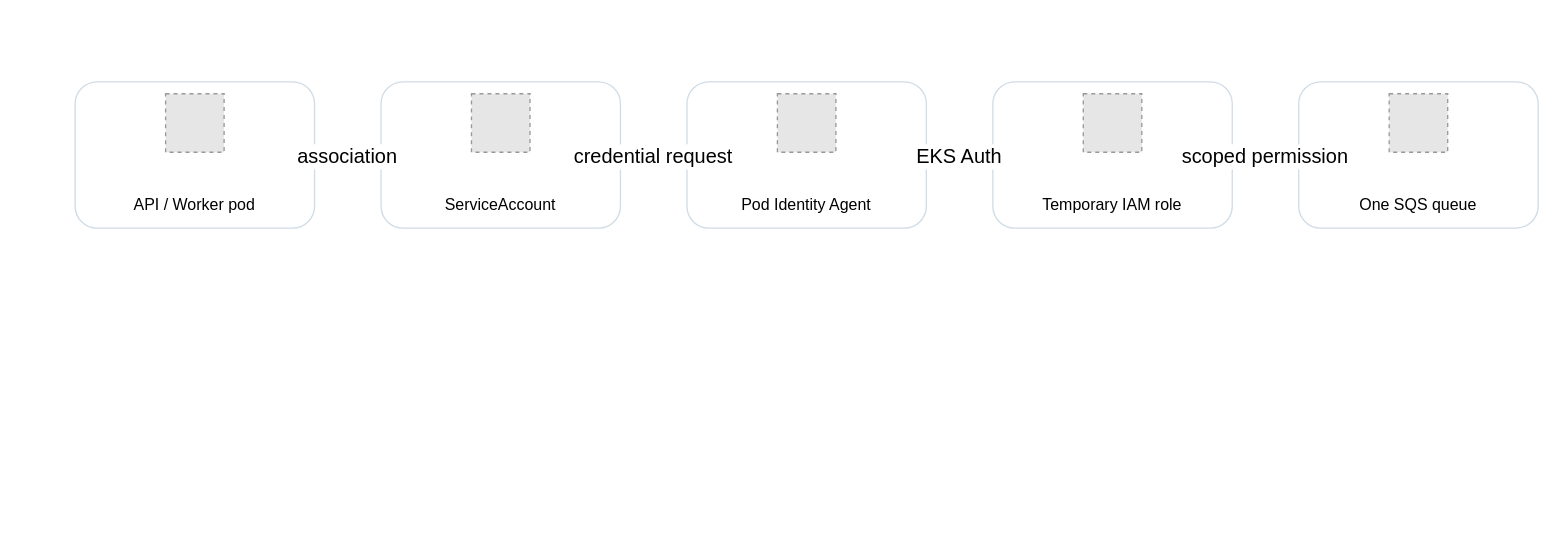
toannd021104/AWS-Security-Workshop-EKS-defense-in-dept keeps this draw.io diagram as workshop/static/images/workload-identity.drawio. Above is the earlier version. Source tidied: cells renumbered, new cells numbered last; positions are measured from the earlier drawing's top-left corner, leaving out a move shared by most shapes. Both pictures are drawn from the tidied source at 133%, with x=0, y=0 at pixel (74, 81). Pictures stored in the file or linked from it are replaced by grey dashed boxes.
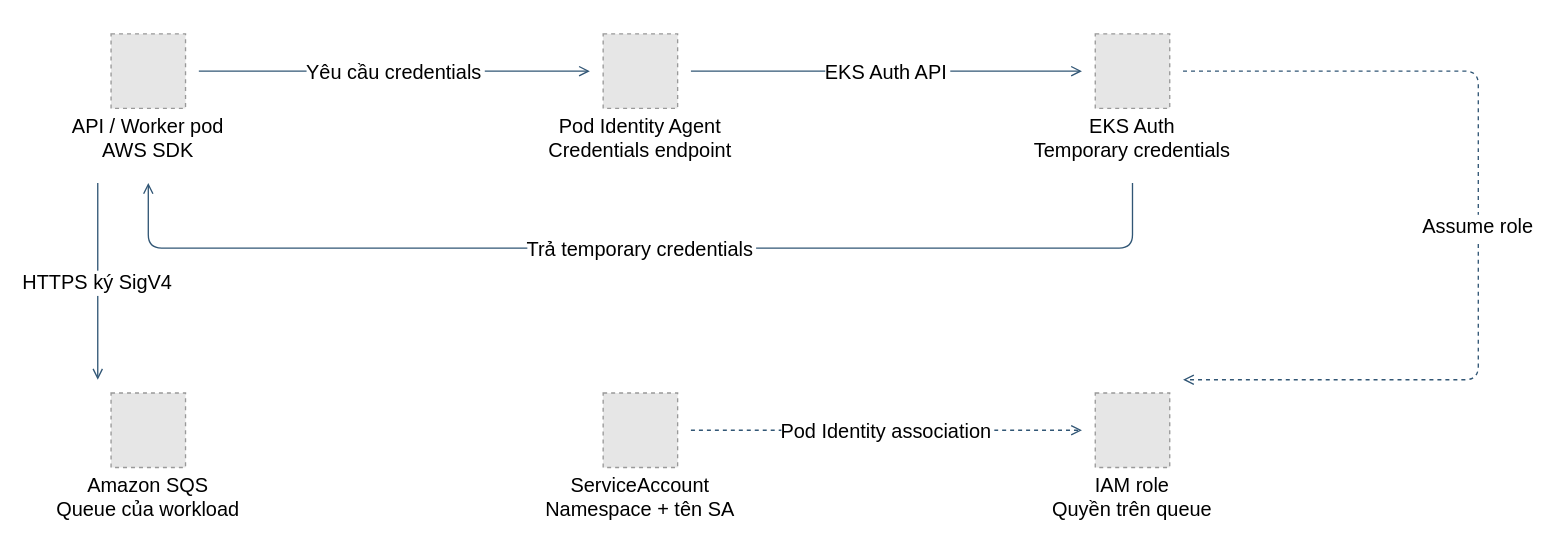
After the change.

The edit, as a diff of the source:
```diff
@@
-<mxGraphModel background="#ffffff">
+<mxGraphModel>
@@
-    <mxCell id="2" value="API / Worker pod" style="rounded=1;fillColor=#ffffff;strokeColor=#d0dce6;verticalAlign=bottom;spacingBottom=8;" parent="1" vertex="1">
-      <mxGeometry width="180" height="110" as="geometry" />
+    <mxCell id="2" value="API / Worker pod&#10;AWS SDK" style="fillColor=none;strokeColor=none;fontSize=15;verticalAlign=bottom;spacingBottom=8;" parent="1" vertex="1">
+      <mxGeometry x="-25" y="-45" width="160" height="115" as="geometry" />
     </mxCell>
+    <mxCell id="4" value="Pod Identity Agent&#10;Credentials endpoint" style="fillColor=none;strokeColor=none;fontSize=15;verticalAlign=bottom;spacingBottom=8;" parent="1" vertex="1">
+      <mxGeometry x="345" y="-45" width="160" height="115" as="geometry" />
+    </mxCell>
+    <mxCell id="16" value="EKS Auth&#10;Temporary credentials" style="fillColor=none;strokeColor=none;fontSize=15;verticalAlign=bottom;spacingBottom=8;" parent="1" vertex="1">
+      <mxGeometry x="715" y="-45" width="160" height="115" as="geometry" />
+    </mxCell>
+    <mxCell id="6" value="Amazon SQS&#10;Queue của workload" style="fillColor=none;strokeColor=none;fontSize=15;verticalAlign=bottom;spacingBottom=8;" parent="1" vertex="1">
+      <mxGeometry x="-25" y="225" width="160" height="115" as="geometry" />
+    </mxCell>
-    <mxCell id="3" value="ServiceAccount" style="rounded=1;fillColor=#ffffff;strokeColor=#d0dce6;verticalAlign=bottom;spacingBottom=8;" parent="1" vertex="1">
-      <mxGeometry x="230" width="180" height="110" as="geometry" />
+    <mxCell id="3" value="ServiceAccount&#10;Namespace + tên SA" style="fillColor=none;strokeColor=none;fontSize=15;verticalAlign=bottom;spacingBottom=8;" parent="1" vertex="1">
+      <mxGeometry x="345" y="225" width="160" height="115" as="geometry" />
     </mxCell>
-    <mxCell id="4" value="Pod Identity Agent" style="rounded=1;fillColor=#ffffff;strokeColor=#d0dce6;verticalAlign=bottom;spacingBottom=8;" parent="1" vertex="1">
-      <mxGeometry x="460" width="180" height="110" as="geometry" />
-    </mxCell>
-    <mxCell id="5" value="Temporary IAM role" style="rounded=1;fillColor=#ffffff;strokeColor=#d0dce6;verticalAlign=bottom;spacingBottom=8;" parent="1" vertex="1">
-      <mxGeometry x="690" width="180" height="110" as="geometry" />
-    </mxCell>
-    <mxCell id="6" value="One SQS queue" style="rounded=1;fillColor=#ffffff;strokeColor=#d0dce6;verticalAlign=bottom;spacingBottom=8;" parent="1" vertex="1">
-      <mxGeometry x="920" width="180" height="110" as="geometry" />
-    </mxCell>
+    <mxCell id="17" value="IAM role&#10;Quyền trên queue" style="fillColor=none;strokeColor=none;fontSize=15;verticalAlign=bottom;spacingBottom=8;" parent="1" vertex="1">
+      <mxGeometry x="715" y="225" width="160" height="115" as="geometry" />
+    </mxCell>
     <mxCell id="7" style="fillColor=#E6E6E6;strokeColor=#999999;dashed=1;" parent="1" vertex="1">
-      <mxGeometry x="68" y="9" width="44" height="44" as="geometry" />
+      <mxGeometry x="27" y="-36" width="56" height="56" as="geometry" />
     </mxCell>
+    <mxCell id="9" style="fillColor=#E6E6E6;strokeColor=#999999;dashed=1;" parent="1" vertex="1">
+      <mxGeometry x="397" y="-36" width="56" height="56" as="geometry" />
+    </mxCell>
+    <mxCell id="18" style="fillColor=#E6E6E6;strokeColor=#999999;dashed=1;" parent="1" vertex="1">
+      <mxGeometry x="767" y="-36" width="56" height="56" as="geometry" />
+    </mxCell>
+    <mxCell id="11" style="fillColor=#E6E6E6;strokeColor=#999999;dashed=1;" parent="1" vertex="1">
+      <mxGeometry x="27" y="234" width="56" height="56" as="geometry" />
+    </mxCell>
     <mxCell id="8" style="fillColor=#E6E6E6;strokeColor=#999999;dashed=1;" parent="1" vertex="1">
-      <mxGeometry x="298" y="9" width="44" height="44" as="geometry" />
+      <mxGeometry x="397" y="234" width="56" height="56" as="geometry" />
     </mxCell>
-    <mxCell id="9" style="fillColor=#E6E6E6;strokeColor=#999999;dashed=1;" parent="1" vertex="1">
-      <mxGeometry x="528" y="9" width="44" height="44" as="geometry" />
-    </mxCell>
-    <mxCell id="10" style="fillColor=#E6E6E6;strokeColor=#999999;dashed=1;" parent="1" vertex="1">
-      <mxGeometry x="758" y="9" width="44" height="44" as="geometry" />
-    </mxCell>
-    <mxCell id="11" style="fillColor=#E6E6E6;strokeColor=#999999;dashed=1;" parent="1" vertex="1">
-      <mxGeometry x="988" y="9" width="44" height="44" as="geometry" />
-    </mxCell>
+    <mxCell id="19" style="fillColor=#E6E6E6;strokeColor=#999999;dashed=1;" parent="1" vertex="1">
+      <mxGeometry x="767" y="234" width="56" height="56" as="geometry" />
+    </mxCell>
-    <mxCell id="12" value="association" style="edgeStyle=orthogonalEdgeStyle;endArrow=open;fontSize=15;strokeColor=#315675;exitX=1.0;exitY=0.5;exitPerimeter=0;entryX=0.0;entryY=0.5;entryPerimeter=0;" parent="1" edge="1" source="2" target="3">
+    <mxCell id="12" value="Yêu cầu credentials" style="edgeStyle=orthogonalEdgeStyle;endArrow=open;fontSize=15;strokeColor=#315675;exitX=0.7375;exitY=0.3217391304347826;exitPerimeter=0;entryX=0.2625;entryY=0.3217391304347826;entryPerimeter=0;" parent="1" edge="1" source="2" target="4">
       <mxGeometry relative="1" as="geometry" />
     </mxCell>
-    <mxCell id="13" value="credential request" style="edgeStyle=orthogonalEdgeStyle;endArrow=open;fontSize=15;strokeColor=#315675;exitX=1.0;exitY=0.5;exitPerimeter=0;entryX=0.0;entryY=0.5;entryPerimeter=0;" parent="1" edge="1" source="3" target="4">
+    <mxCell id="13" value="EKS Auth API" style="edgeStyle=orthogonalEdgeStyle;endArrow=open;fontSize=15;strokeColor=#315675;exitX=0.7375;exitY=0.3217391304347826;exitPerimeter=0;entryX=0.2625;entryY=0.3217391304347826;entryPerimeter=0;" parent="1" edge="1" source="4" target="16">
       <mxGeometry relative="1" as="geometry" />
     </mxCell>
-    <mxCell id="14" value="EKS Auth" style="edgeStyle=orthogonalEdgeStyle;endArrow=open;fontSize=15;strokeColor=#315675;exitX=1.0;exitY=0.5;exitPerimeter=0;entryX=0.0;entryY=0.5;entryPerimeter=0;" parent="1" edge="1" source="4" target="5">
-      <mxGeometry relative="1" as="geometry" />
+    <mxCell id="14" value="Trả temporary credentials" style="edgeStyle=orthogonalEdgeStyle;endArrow=open;fontSize=15;strokeColor=#315675;exitX=0.5;exitY=1.0521739130434782;exitPerimeter=0;entryX=0.5;entryY=1.0521739130434782;entryPerimeter=0;" parent="1" edge="1" source="16" target="2">
+      <mxGeometry relative="1" as="geometry">
+        <Array as="points">
+          <mxPoint x="795" y="125" />
+          <mxPoint x="55" y="125" />
+        </Array>
+      </mxGeometry>
     </mxCell>
-    <mxCell id="15" value="scoped permission" style="edgeStyle=orthogonalEdgeStyle;endArrow=open;fontSize=15;strokeColor=#315675;exitX=1.0;exitY=0.5;exitPerimeter=0;entryX=0.0;entryY=0.5;entryPerimeter=0;" parent="1" edge="1" source="5" target="6">
+    <mxCell id="15" value="HTTPS ký SigV4" style="edgeStyle=orthogonalEdgeStyle;endArrow=open;fontSize=15;strokeColor=#315675;exitX=0.2625;exitY=1.0521739130434782;exitPerimeter=0;entryX=0.2625;entryY=-0.008695652173913044;entryPerimeter=0;" parent="1" edge="1" source="2" target="6">
       <mxGeometry relative="1" as="geometry" />
     </mxCell>
+    <mxCell id="20" value="Pod Identity association" style="edgeStyle=orthogonalEdgeStyle;endArrow=open;fontSize=15;strokeColor=#315675;exitX=0.7375;exitY=0.3217391304347826;exitPerimeter=0;entryX=0.2625;entryY=0.3217391304347826;entryPerimeter=0;dashed=1;" parent="1" edge="1" source="3" target="17">
+      <mxGeometry relative="1" as="geometry" />
+    </mxCell>
+    <mxCell id="21" value="Assume role" style="edgeStyle=orthogonalEdgeStyle;endArrow=open;fontSize=15;strokeColor=#315675;exitX=0.7375;exitY=0.3217391304347826;exitPerimeter=0;entryX=0.7375;entryY=-0.008695652173913044;entryPerimeter=0;dashed=1;" parent="1" edge="1" source="16" target="17">
+      <mxGeometry relative="1" as="geometry">
+        <Array as="points">
+          <mxPoint x="1055" y="-8" />
+          <mxPoint x="1055" y="224" />
+        </Array>
+      </mxGeometry>
+    </mxCell>
```
